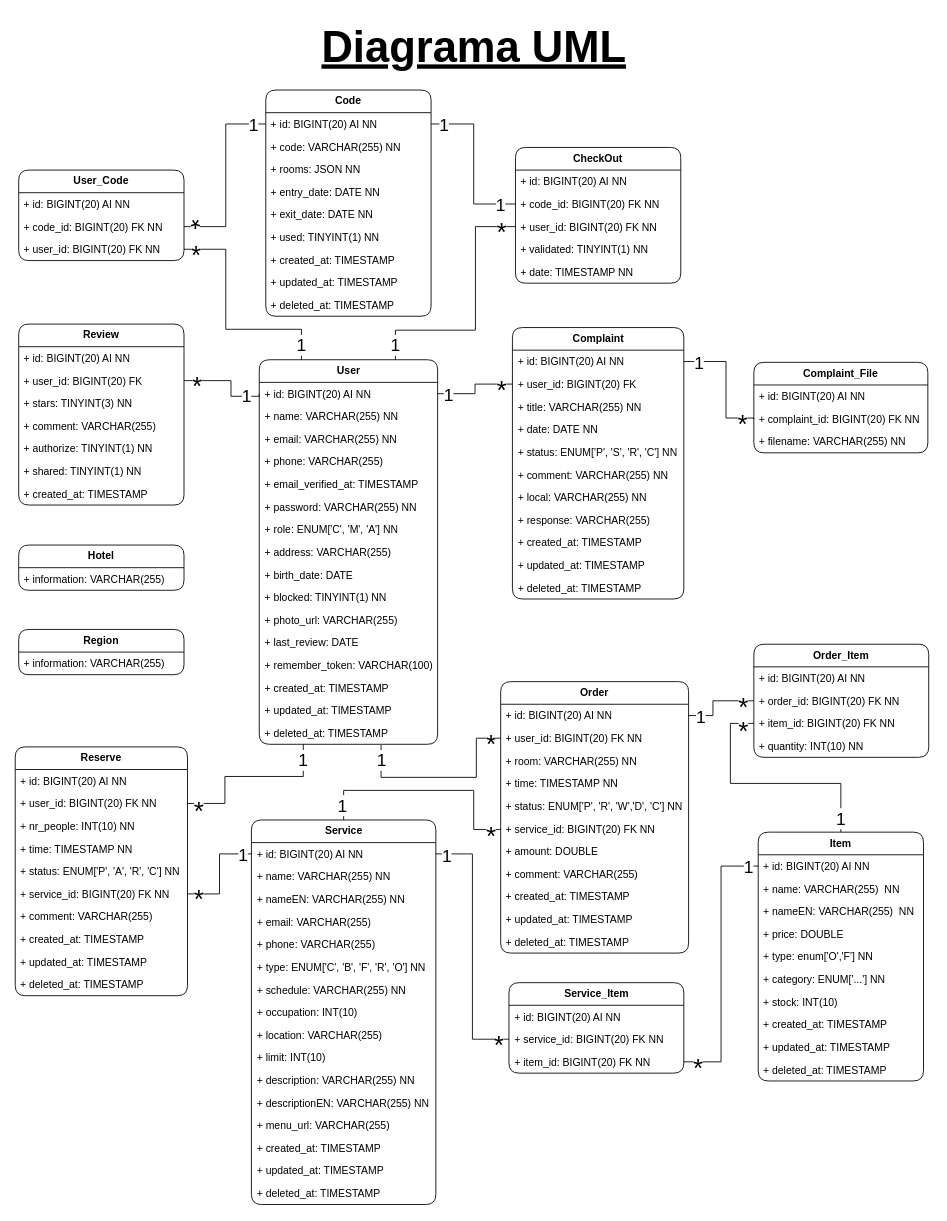
This is page "Diagrama UML" (1 of 2) of HappyGuest.drawio from Happy-Guest/HG-Notes, a draw.io file, before an edit. Source tidied: cells renumbered, new cells numbered last; positions are measured from the earlier drawing's top-left corner, leaving out a move shared by most shapes. Both pictures are drawn from the tidied source at 87%, with x=0, y=0 at pixel (15, 15).
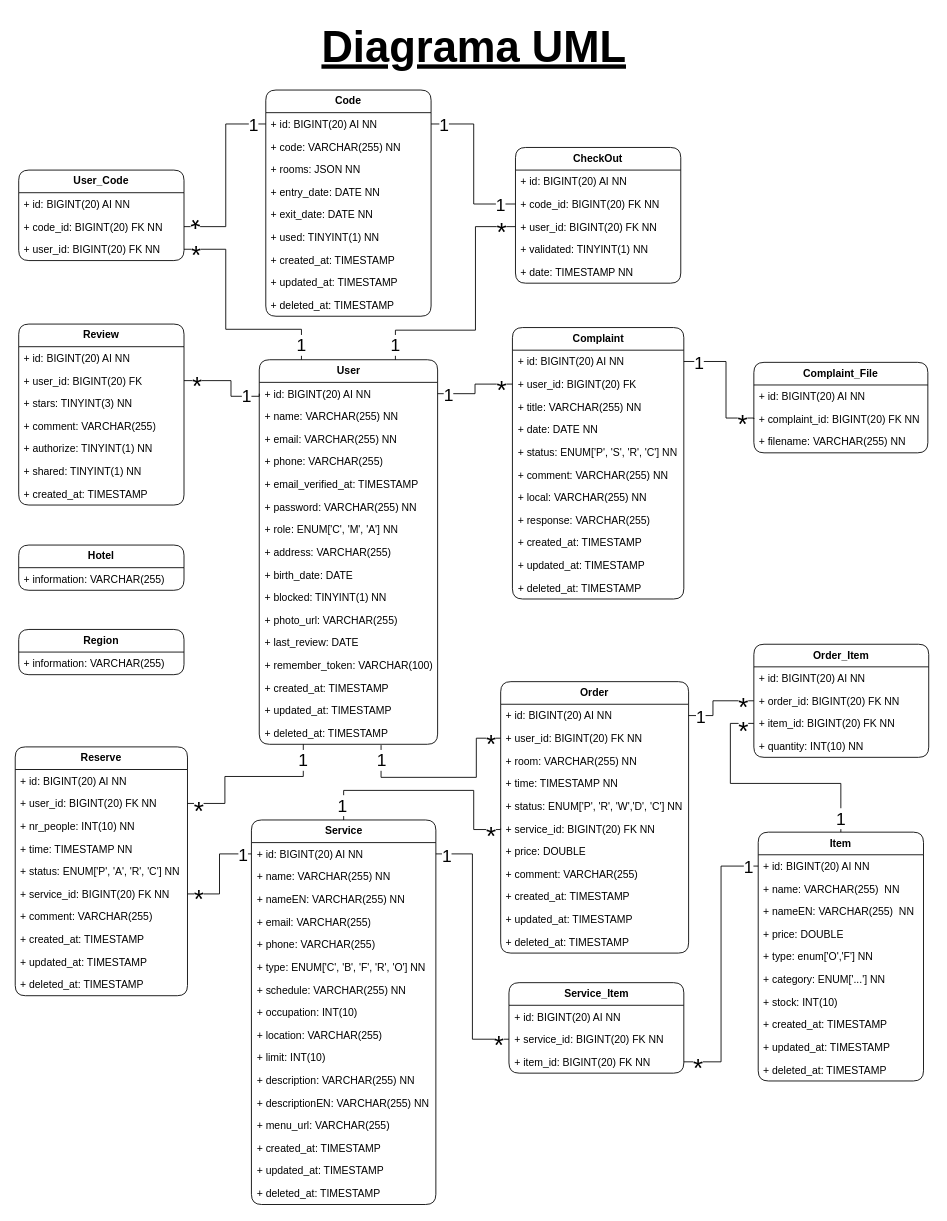
After the change.

The change refers to these unchanged cells:
```xml
<mxCell id="127" value="&lt;b&gt;Order&lt;br&gt;&lt;/b&gt;" style="swimlane;fontStyle=0;horizontal=1;startSize=26;fillColor=none;whiteSpace=wrap;html=1;perimeterSpacing=0;rounded=1;" parent="1" vertex="1">
  <mxGeometry x="558" y="766" width="216" height="312" as="geometry" />
</mxCell>
```

Diff of the diagram source:
```diff
@@
-    <mxCell id="134" value="+ amount: DOUBLE" style="text;strokeColor=none;fillColor=none;align=left;verticalAlign=top;spacingLeft=4;spacingRight=4;overflow=hidden;whiteSpace=wrap;html=1;" parent="127" vertex="1">
+    <mxCell id="134" value="+ price: DOUBLE" style="text;strokeColor=none;fillColor=none;align=left;verticalAlign=top;spacingLeft=4;spacingRight=4;overflow=hidden;whiteSpace=wrap;html=1;" parent="127" vertex="1">
       <mxGeometry y="182" width="216" height="26" as="geometry" />
     </mxCell>
```
